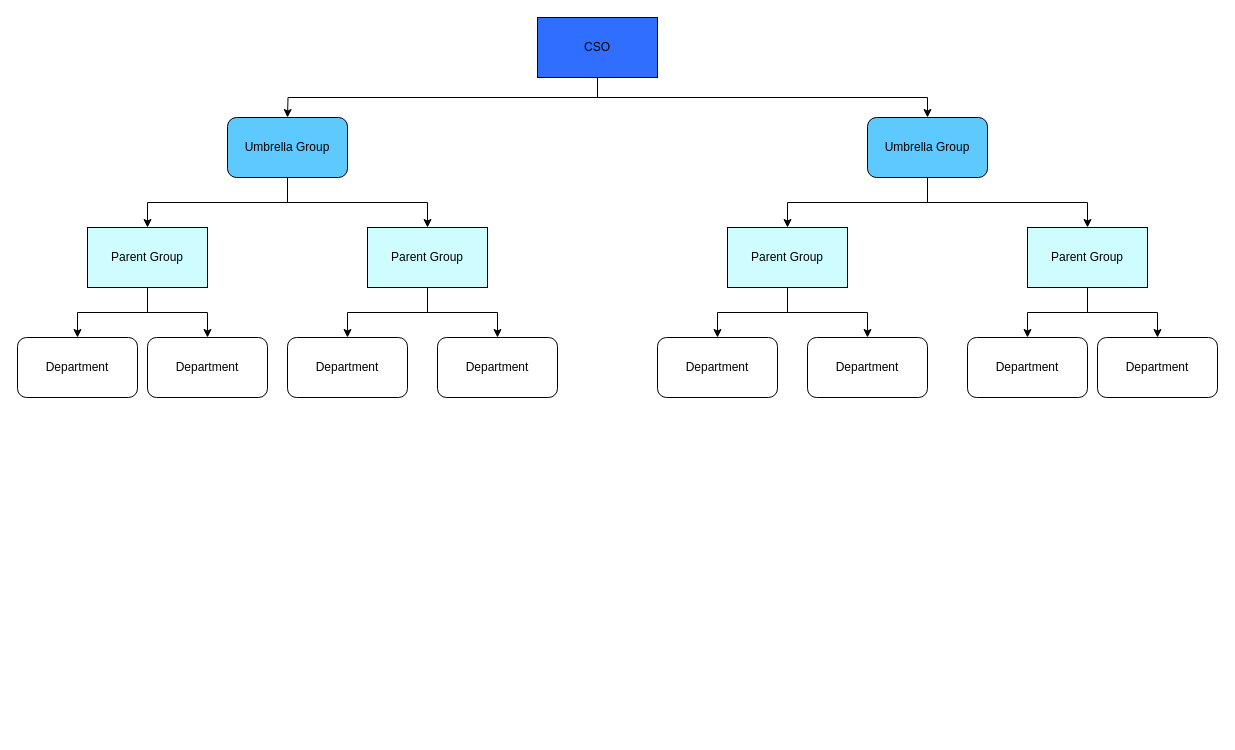
This is page "CSO" (5 of 6) of Adaptive_org_classification.drawio from PhoenixTagal/Haku, a draw.io file, before an edit. Source tidied: cells renumbered, new cells numbered last; positions are measured from the earlier drawing's top-left corner, leaving out a move shared by most shapes. Both pictures are drawn from the tidied source at 100%, with x=0, y=0 at pixel (17, 17).
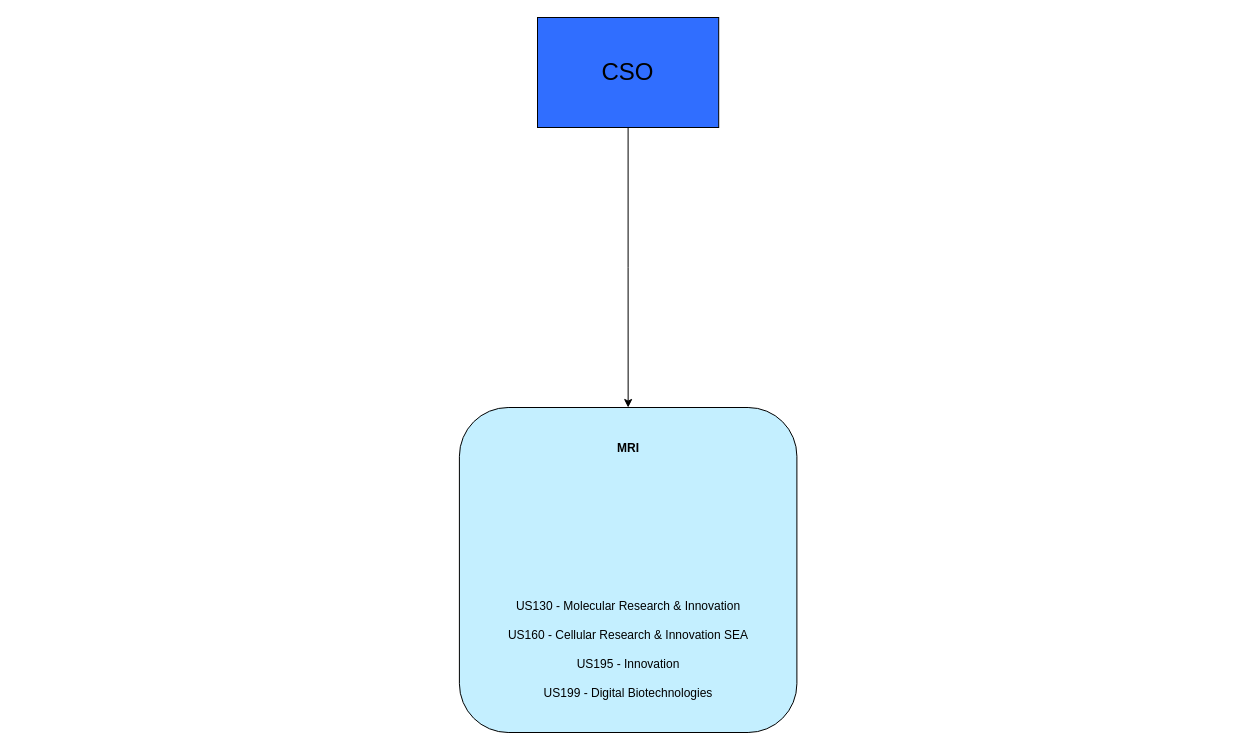
The same page after the edit.

Change to the diagram source:
```diff
@@
-    <mxCell id="2" style="edgeStyle=orthogonalEdgeStyle;rounded=0;jettySize=auto;html=1;exitX=0.5;exitY=1;exitDx=0;exitDy=0;entryX=0.5;entryY=0;entryDx=0;entryDy=0;" parent="1" edge="1" source="4">
-      <mxGeometry relative="1" as="geometry">
-        <mxPoint x="270" y="100" as="targetPoint" />
-      </mxGeometry>
-    </mxCell>
-    <mxCell id="3" style="edgeStyle=orthogonalEdgeStyle;rounded=0;jettySize=auto;html=1;exitX=0.5;exitY=1;exitDx=0;exitDy=0;entryX=0.5;entryY=0;entryDx=0;entryDy=0;" parent="1" edge="1" source="4" target="7">
-      <mxGeometry relative="1" as="geometry" />
-    </mxCell>
+    <mxCell id="31" style="edgeStyle=orthogonalEdgeStyle;rounded=0;jettySize=auto;html=1;exitX=0.5;exitY=1;exitDx=0;exitDy=0;entryX=0.5;entryY=0;entryDx=0;entryDy=0;" parent="1" edge="1" source="4" target="32">
+      <mxGeometry relative="1" as="geometry" />
+    </mxCell>
-    <mxCell id="4" value="CSO" style="rounded=0;whiteSpace=wrap;html=1;fillColor=#306EFF;" parent="1" vertex="1">
-      <mxGeometry x="520" width="120" height="60" as="geometry" />
+    <mxCell id="4" value="&lt;font style=&quot;font-size: 24px;&quot;&gt;CSO&lt;/font&gt;" style="rounded=0;whiteSpace=wrap;html=1;fillColor=#306EFF;" parent="1" vertex="1">
+      <mxGeometry x="520" width="181.2" height="110" as="geometry" />
     </mxCell>
-    <mxCell id="5" style="edgeStyle=orthogonalEdgeStyle;rounded=0;jettySize=auto;html=1;exitX=0.5;exitY=1;exitDx=0;exitDy=0;entryX=0.5;entryY=0;entryDx=0;entryDy=0;" parent="1" edge="1" source="7" target="10">
-      <mxGeometry relative="1" as="geometry" />
-    </mxCell>
-    <mxCell id="6" style="edgeStyle=orthogonalEdgeStyle;rounded=0;jettySize=auto;html=1;exitX=0.5;exitY=1;exitDx=0;exitDy=0;entryX=0.5;entryY=0;entryDx=0;entryDy=0;" parent="1" edge="1" source="7" target="13">
-      <mxGeometry relative="1" as="geometry" />
-    </mxCell>
-    <mxCell id="7" value="Umbrella Group" style="rounded=1;whiteSpace=wrap;html=1;fillColor=#5EC9FF;" parent="1" vertex="1">
-      <mxGeometry x="850" y="100" width="120" height="60" as="geometry" />
-    </mxCell>
-    <mxCell id="8" style="edgeStyle=orthogonalEdgeStyle;rounded=0;jettySize=auto;html=1;exitX=0.5;exitY=1;exitDx=0;exitDy=0;entryX=0.5;entryY=0;entryDx=0;entryDy=0;" parent="1" edge="1" source="10" target="14">
-      <mxGeometry relative="1" as="geometry" />
-    </mxCell>
-    <mxCell id="9" style="edgeStyle=orthogonalEdgeStyle;rounded=0;jettySize=auto;html=1;exitX=0.5;exitY=1;exitDx=0;exitDy=0;entryX=0.5;entryY=0;entryDx=0;entryDy=0;" parent="1" edge="1" source="10" target="15">
-      <mxGeometry relative="1" as="geometry" />
-    </mxCell>
-    <mxCell id="10" value="Parent Group" style="rounded=0;whiteSpace=wrap;html=1;fillColor=#CFFDFF;" parent="1" vertex="1">
-      <mxGeometry x="710" y="210" width="120" height="60" as="geometry" />
-    </mxCell>
-    <mxCell id="11" style="edgeStyle=orthogonalEdgeStyle;rounded=0;jettySize=auto;html=1;exitX=0.5;exitY=1;exitDx=0;exitDy=0;entryX=0.5;entryY=0;entryDx=0;entryDy=0;" parent="1" edge="1" source="13" target="16">
-      <mxGeometry relative="1" as="geometry" />
-    </mxCell>
-    <mxCell id="12" style="edgeStyle=orthogonalEdgeStyle;rounded=0;jettySize=auto;html=1;exitX=0.5;exitY=1;exitDx=0;exitDy=0;entryX=0.5;entryY=0;entryDx=0;entryDy=0;" parent="1" edge="1" source="13" target="17">
-      <mxGeometry relative="1" as="geometry" />
-    </mxCell>
-    <mxCell id="13" value="Parent Group" style="rounded=0;whiteSpace=wrap;html=1;fillColor=#CFFDFF;" parent="1" vertex="1">
-      <mxGeometry x="1010" y="210" width="120" height="60" as="geometry" />
-    </mxCell>
-    <mxCell id="14" value="Department" style="rounded=1;whiteSpace=wrap;html=1;fillColor=#FFFFFF;" parent="1" vertex="1">
-      <mxGeometry x="640" y="320" width="120" height="60" as="geometry" />
-    </mxCell>
-    <mxCell id="15" value="Department" style="rounded=1;whiteSpace=wrap;html=1;fillColor=#FFFFFF;" parent="1" vertex="1">
-      <mxGeometry x="790" y="320" width="120" height="60" as="geometry" />
-    </mxCell>
-    <mxCell id="16" value="Department" style="rounded=1;whiteSpace=wrap;html=1;fillColor=#FFFFFF;" parent="1" vertex="1">
-      <mxGeometry x="950" y="320" width="120" height="60" as="geometry" />
-    </mxCell>
-    <mxCell id="17" value="Department" style="rounded=1;whiteSpace=wrap;html=1;fillColor=#FFFFFF;" parent="1" vertex="1">
-      <mxGeometry x="1080" y="320" width="120" height="60" as="geometry" />
-    </mxCell>
-    <mxCell id="18" style="edgeStyle=orthogonalEdgeStyle;rounded=0;jettySize=auto;html=1;exitX=0.5;exitY=1;exitDx=0;exitDy=0;entryX=0.5;entryY=0;entryDx=0;entryDy=0;" parent="1" edge="1" source="20" target="23">
-      <mxGeometry relative="1" as="geometry" />
-    </mxCell>
-    <mxCell id="19" style="edgeStyle=orthogonalEdgeStyle;rounded=0;jettySize=auto;html=1;exitX=0.5;exitY=1;exitDx=0;exitDy=0;" parent="1" edge="1" source="20" target="26">
-      <mxGeometry relative="1" as="geometry" />
-    </mxCell>
-    <mxCell id="20" value="Umbrella Group" style="rounded=1;whiteSpace=wrap;html=1;fillColor=#5EC9FF;" parent="1" vertex="1">
-      <mxGeometry x="210" y="100" width="120" height="60" as="geometry" />
-    </mxCell>
-    <mxCell id="21" style="edgeStyle=orthogonalEdgeStyle;rounded=0;jettySize=auto;html=1;exitX=0.5;exitY=1;exitDx=0;exitDy=0;entryX=0.5;entryY=0;entryDx=0;entryDy=0;" parent="1" edge="1" source="23" target="27">
-      <mxGeometry relative="1" as="geometry" />
-    </mxCell>
-    <mxCell id="22" style="edgeStyle=orthogonalEdgeStyle;rounded=0;jettySize=auto;html=1;exitX=0.5;exitY=1;exitDx=0;exitDy=0;entryX=0.5;entryY=0;entryDx=0;entryDy=0;" parent="1" edge="1" source="23" target="28">
-      <mxGeometry relative="1" as="geometry" />
-    </mxCell>
-    <mxCell id="23" value="Parent Group" style="rounded=0;whiteSpace=wrap;html=1;fillColor=#CFFDFF;" parent="1" vertex="1">
-      <mxGeometry x="70" y="210" width="120" height="60" as="geometry" />
-    </mxCell>
-    <mxCell id="24" style="edgeStyle=orthogonalEdgeStyle;rounded=0;jettySize=auto;html=1;exitX=0.5;exitY=1;exitDx=0;exitDy=0;entryX=0.5;entryY=0;entryDx=0;entryDy=0;" parent="1" edge="1" source="26" target="29">
-      <mxGeometry relative="1" as="geometry" />
-    </mxCell>
-    <mxCell id="25" style="edgeStyle=orthogonalEdgeStyle;rounded=0;jettySize=auto;html=1;exitX=0.5;exitY=1;exitDx=0;exitDy=0;entryX=0.5;entryY=0;entryDx=0;entryDy=0;" parent="1" edge="1" source="26" target="30">
-      <mxGeometry relative="1" as="geometry" />
-    </mxCell>
-    <mxCell id="26" value="Parent Group" style="rounded=0;whiteSpace=wrap;html=1;fillColor=#CFFDFF;" parent="1" vertex="1">
-      <mxGeometry x="350" y="210" width="120" height="60" as="geometry" />
-    </mxCell>
-    <mxCell id="27" value="Department" style="rounded=1;whiteSpace=wrap;html=1;fillColor=#FFFFFF;" parent="1" vertex="1">
-      <mxGeometry y="320" width="120" height="60" as="geometry" />
-    </mxCell>
-    <mxCell id="28" value="Department" style="rounded=1;whiteSpace=wrap;html=1;fillColor=#FFFFFF;" parent="1" vertex="1">
-      <mxGeometry x="130" y="320" width="120" height="60" as="geometry" />
-    </mxCell>
-    <mxCell id="29" value="Department" style="rounded=1;whiteSpace=wrap;html=1;fillColor=#FFFFFF;" parent="1" vertex="1">
-      <mxGeometry x="270" y="320" width="120" height="60" as="geometry" />
-    </mxCell>
-    <mxCell id="30" value="Department" style="rounded=1;whiteSpace=wrap;html=1;fillColor=#FFFFFF;" parent="1" vertex="1">
-      <mxGeometry x="420" y="320" width="120" height="60" as="geometry" />
-    </mxCell>
+    <mxCell id="32" value="&lt;b&gt;MRI&lt;/b&gt;&lt;br&gt;&lt;br&gt;&lt;br&gt;&lt;br&gt;&lt;br&gt;&lt;br&gt;&lt;br&gt;&lt;br&gt;&lt;br&gt;&lt;br&gt;&lt;br&gt;US130 - Molecular Research &amp;amp; Innovation&lt;br&gt;&lt;br&gt;US160 - Cellular Research &amp;amp; Innovation SEA&lt;br&gt;&lt;br&gt;US195 - Innovation&lt;br&gt;&lt;br&gt;US199 - Digital Biotechnologies" style="rounded=1;whiteSpace=wrap;html=1;fillColor=#C4EFFF;" parent="1" vertex="1">
+      <mxGeometry x="441.9" y="390" width="337.5" height="325" as="geometry" />
+    </mxCell>
```
